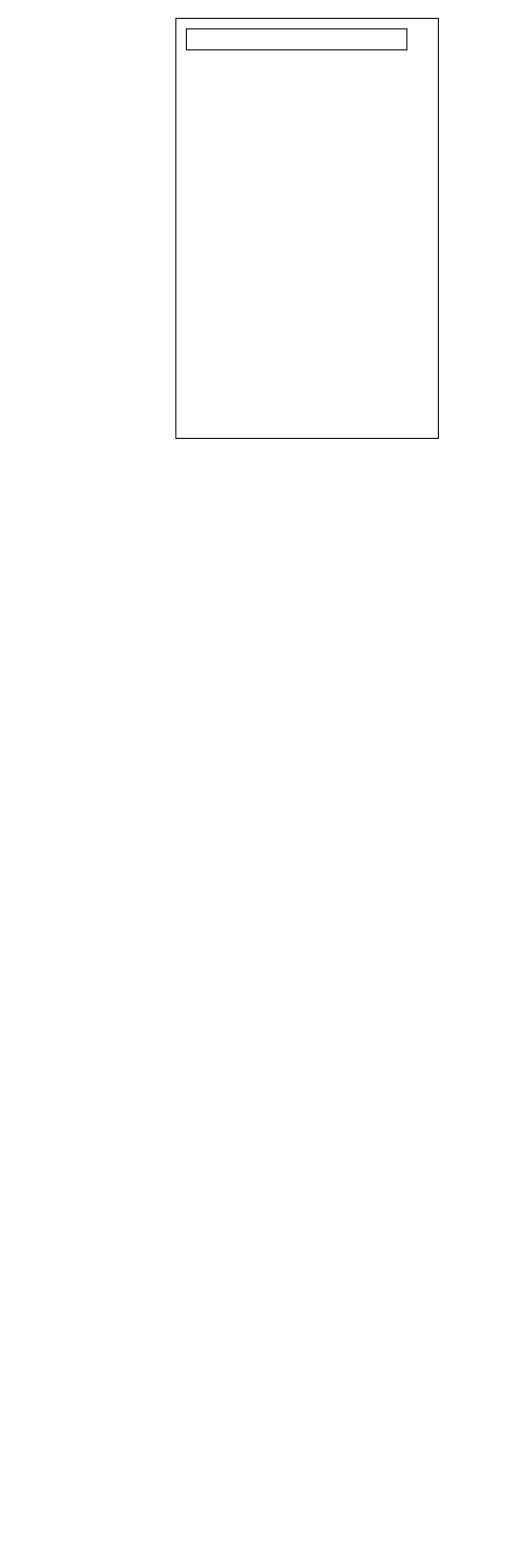
Before: Untitled Diagram.drawio in shreya-mishra/Party-planner-app, a draw.io diagram. Source tidied: cells renumbered, new cells numbered last; positions are measured from the earlier drawing's top-left corner, leaving out a move shared by most shapes. Both pictures are drawn from the tidied source at 105%, with x=0, y=0 at pixel (175, 18).
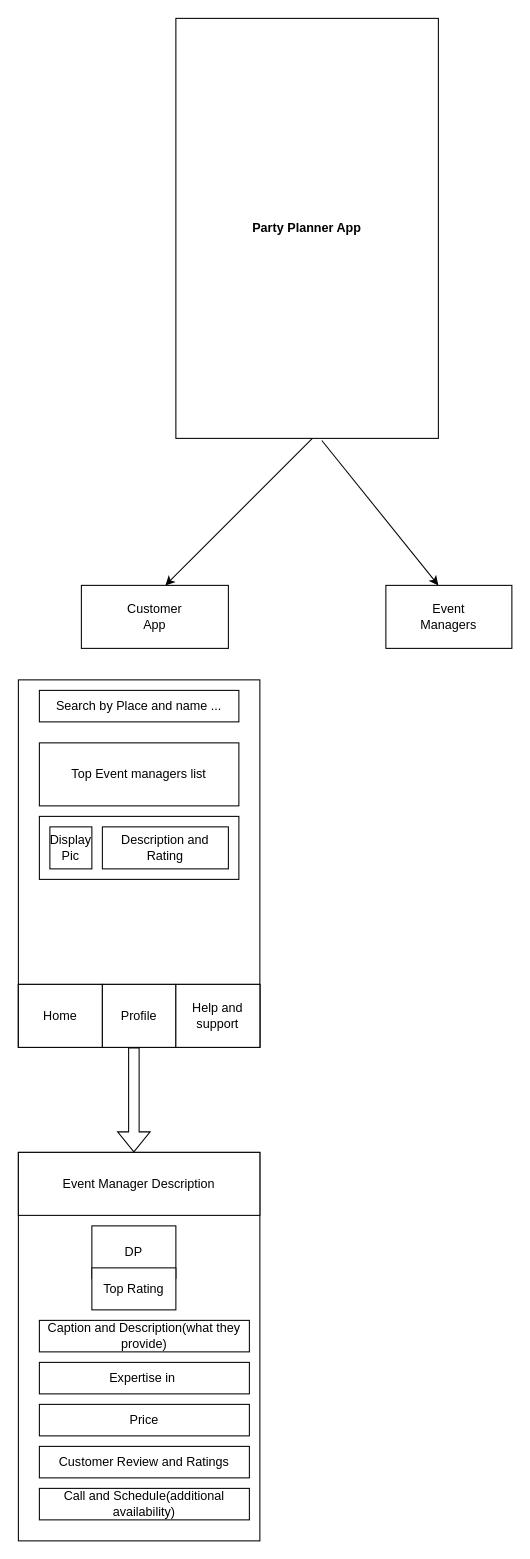
Above is the later version.

Commit message:
Party Planner App

Unchanged cells that the change refers to:
```xml
<mxCell id="2" style="rounded=0;whiteSpace=wrap;html=1;" parent="1" vertex="1">
  <mxGeometry width="250" height="400" as="geometry" />
</mxCell>
```

The edit, as a diff of the source:
```diff
@@
+    <mxCell id="4" style="rounded=0;whiteSpace=wrap;html=1;" parent="1" vertex="1">
+      <mxGeometry x="-90" y="540" width="140" height="60" as="geometry" />
+    </mxCell>
@@
-    <mxCell id="3" style="rounded=0;whiteSpace=wrap;html=1;" parent="1" vertex="1">
-      <mxGeometry x="10" y="10" width="210" height="20" as="geometry" />
-    </mxCell>
+    <mxCell id="5" value="&lt;b&gt;Party Planner App&lt;/b&gt;" style="text;html=1;strokeColor=none;fillColor=none;align=center;verticalAlign=middle;whiteSpace=wrap;rounded=0;" parent="1" vertex="1">
+      <mxGeometry x="45" y="60" width="160" height="280" as="geometry" />
+    </mxCell>
+    <mxCell id="6" style="endArrow=classic;html=1;rounded=0;" parent="1" edge="1">
+      <mxGeometry relative="1" as="geometry">
+        <mxPoint x="130" y="400" as="sourcePoint" />
+        <mxPoint x="-10" y="540" as="targetPoint" />
+      </mxGeometry>
+    </mxCell>
+    <mxCell id="7" style="endArrow=classic;html=1;rounded=0;exitX=0.556;exitY=1.005;exitDx=0;exitDy=0;exitPerimeter=0;" parent="1" edge="1" source="2">
+      <mxGeometry relative="1" as="geometry">
+        <mxPoint x="250" y="540" as="targetPoint" />
+      </mxGeometry>
+    </mxCell>
+    <mxCell id="8" value="Customer App" style="text;html=1;strokeColor=none;fillColor=none;align=center;verticalAlign=middle;whiteSpace=wrap;rounded=0;" parent="1" vertex="1">
+      <mxGeometry x="-50" y="555" width="60" height="30" as="geometry" />
+    </mxCell>
+    <mxCell id="9" style="rounded=0;whiteSpace=wrap;html=1;" parent="1" vertex="1">
+      <mxGeometry x="200" y="540" width="120" height="60" as="geometry" />
+    </mxCell>
+    <mxCell id="10" value="Event Managers" style="text;html=1;strokeColor=none;fillColor=none;align=center;verticalAlign=middle;whiteSpace=wrap;rounded=0;" parent="1" vertex="1">
+      <mxGeometry x="230" y="555" width="60" height="30" as="geometry" />
+    </mxCell>
+    <mxCell id="11" style="rounded=0;whiteSpace=wrap;html=1;" parent="1" vertex="1">
+      <mxGeometry x="-150" y="630" width="230" height="350" as="geometry" />
+    </mxCell>
+    <mxCell id="12" value="Search by Place and name ..." style="rounded=0;whiteSpace=wrap;html=1;" parent="1" vertex="1">
+      <mxGeometry x="-130" y="640" width="190" height="30" as="geometry" />
+    </mxCell>
+    <mxCell id="13" value="Top Event managers list" style="rounded=0;whiteSpace=wrap;html=1;" parent="1" vertex="1">
+      <mxGeometry x="-130" y="690" width="190" height="60" as="geometry" />
+    </mxCell>
+    <mxCell id="14" style="rounded=0;whiteSpace=wrap;html=1;" parent="1" vertex="1">
+      <mxGeometry x="-130" y="760" width="190" height="60" as="geometry" />
+    </mxCell>
+    <mxCell id="15" value="Display Pic" style="whiteSpace=wrap;html=1;" parent="1" vertex="1">
+      <mxGeometry x="-120" y="770" width="40" height="40" as="geometry" />
+    </mxCell>
+    <mxCell id="16" value="Description and Rating" style="rounded=0;whiteSpace=wrap;html=1;" parent="1" vertex="1">
+      <mxGeometry x="-70" y="770" width="120" height="40" as="geometry" />
+    </mxCell>
+    <mxCell id="17" style="rounded=0;whiteSpace=wrap;html=1;" parent="1" vertex="1">
+      <mxGeometry x="-150" y="920" width="230" height="60" as="geometry" />
+    </mxCell>
+    <mxCell id="18" value="Home" style="rounded=0;whiteSpace=wrap;html=1;" parent="1" vertex="1">
+      <mxGeometry x="-150" y="920" width="80" height="60" as="geometry" />
+    </mxCell>
+    <mxCell id="19" value="Profile" style="rounded=0;whiteSpace=wrap;html=1;" parent="1" vertex="1">
+      <mxGeometry x="-70" y="920" width="70" height="60" as="geometry" />
+    </mxCell>
+    <mxCell id="20" style="shape=flexArrow;endArrow=classic;html=1;rounded=0;" parent="1" edge="1">
+      <mxGeometry relative="1" as="geometry">
+        <mxPoint x="-40" y="980" as="sourcePoint" />
+        <mxPoint x="-40" y="1080" as="targetPoint" />
+      </mxGeometry>
+    </mxCell>
+    <mxCell id="21" style="rounded=0;whiteSpace=wrap;html=1;" parent="1" vertex="1">
+      <mxGeometry x="-150" y="1080" width="230" height="370" as="geometry" />
+    </mxCell>
+    <mxCell id="22" value="Help and support" style="rounded=0;whiteSpace=wrap;html=1;" parent="1" vertex="1">
+      <mxGeometry y="920" width="80" height="60" as="geometry" />
+    </mxCell>
+    <mxCell id="23" value="Event Manager Description" style="rounded=0;whiteSpace=wrap;html=1;" parent="1" vertex="1">
+      <mxGeometry x="-150" y="1080" width="230" height="60" as="geometry" />
+    </mxCell>
+    <mxCell id="24" value="DP" style="rounded=0;whiteSpace=wrap;html=1;" parent="1" vertex="1">
+      <mxGeometry x="-80" y="1150" width="80" height="50" as="geometry" />
+    </mxCell>
+    <mxCell id="25" value="Top Rating" style="rounded=0;whiteSpace=wrap;html=1;" parent="1" vertex="1">
+      <mxGeometry x="-80" y="1190" width="80" height="40" as="geometry" />
+    </mxCell>
+    <mxCell id="26" value="Caption and Description(what they provide)" style="rounded=0;whiteSpace=wrap;html=1;" parent="1" vertex="1">
+      <mxGeometry x="-130" y="1240" width="200" height="30" as="geometry" />
+    </mxCell>
+    <mxCell id="27" value="Expertise in&amp;nbsp;" style="rounded=0;whiteSpace=wrap;html=1;" parent="1" vertex="1">
+      <mxGeometry x="-130" y="1280" width="200" height="30" as="geometry" />
+    </mxCell>
+    <mxCell id="28" value="Customer Review and Ratings" style="rounded=0;whiteSpace=wrap;html=1;" parent="1" vertex="1">
+      <mxGeometry x="-130" y="1360" width="200" height="30" as="geometry" />
+    </mxCell>
+    <mxCell id="29" value="Price" style="rounded=0;whiteSpace=wrap;html=1;" parent="1" vertex="1">
+      <mxGeometry x="-130" y="1320" width="200" height="30" as="geometry" />
+    </mxCell>
+    <mxCell id="30" value="Call and Schedule(additional availability)" style="rounded=0;whiteSpace=wrap;html=1;" parent="1" vertex="1">
+      <mxGeometry x="-130" y="1400" width="200" height="30" as="geometry" />
+    </mxCell>
```
